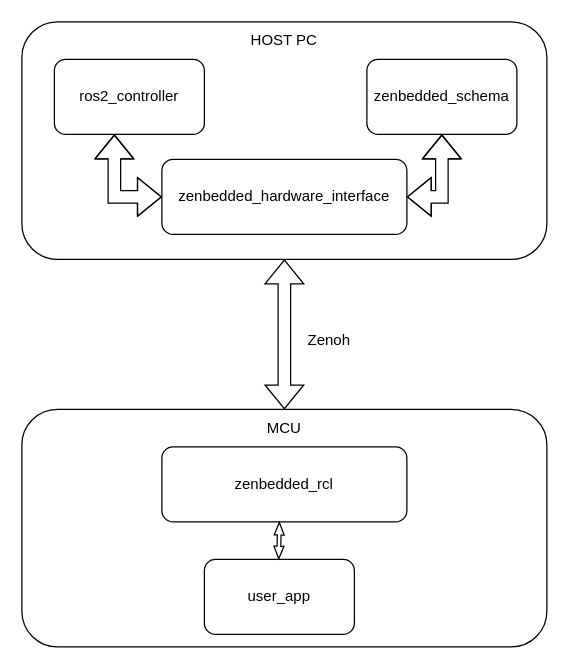
Before: doc/images/nocdr_architecture.drawio in ros-controls/zephyr-zenoh-integration, a draw.io diagram. Source tidied: cells renumbered, new cells numbered last; positions are measured from the earlier drawing's top-left corner, leaving out a move shared by most shapes. Both pictures are drawn from the tidied source at 125%, with x=0, y=0 at pixel (21, 21).
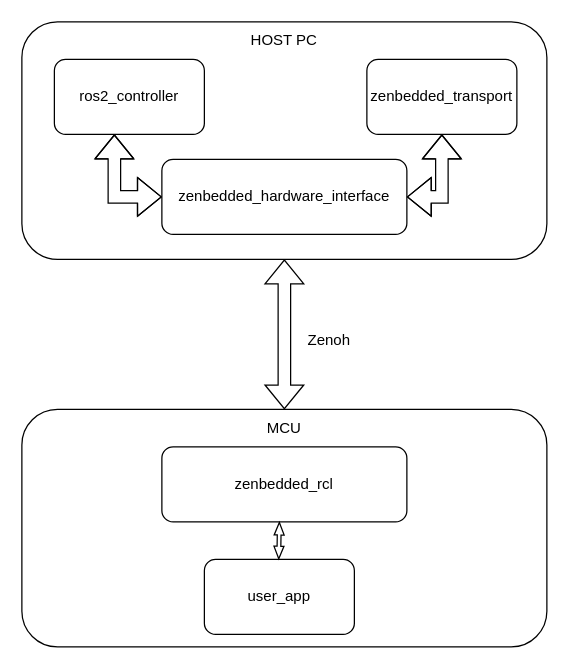
The same diagram, later.

The edit, as a diff of the source:
```diff
@@
 <mxGraphModel>
   <root>
     <mxCell id="0" />
     <mxCell id="1" parent="0" />
     <mxCell id="2" style="rounded=1;whiteSpace=wrap;html=1;" parent="1" vertex="1">
       <mxGeometry width="420" height="190" as="geometry" />
     </mxCell>
     <mxCell id="3" style="rounded=1;whiteSpace=wrap;html=1;" parent="1" vertex="1">
       <mxGeometry y="310" width="420" height="190" as="geometry" />
     </mxCell>
     <mxCell id="4" value="HOST PC" style="text;html=1;whiteSpace=wrap;strokeColor=none;fillColor=none;align=center;verticalAlign=middle;rounded=0;" parent="1" vertex="1">
       <mxGeometry x="130" width="160" height="30" as="geometry" />
     </mxCell>
     <mxCell id="5" value="MCU" style="text;html=1;whiteSpace=wrap;strokeColor=none;fillColor=none;align=center;verticalAlign=middle;rounded=0;" parent="1" vertex="1">
       <mxGeometry x="130" y="310" width="160" height="30" as="geometry" />
     </mxCell>
     <mxCell id="6" value="ros2_controller" style="rounded=1;whiteSpace=wrap;html=1;" parent="1" vertex="1">
       <mxGeometry x="26" y="30" width="120" height="60" as="geometry" />
     </mxCell>
-    <mxCell id="7" value="&lt;div&gt;zenbedded_schema&lt;/div&gt;" style="rounded=1;whiteSpace=wrap;html=1;" parent="1" vertex="1">
+    <mxCell id="7" value="&lt;div&gt;zenbedded_transport&lt;/div&gt;" style="rounded=1;whiteSpace=wrap;html=1;" parent="1" vertex="1">
       <mxGeometry x="276" y="30" width="120" height="60" as="geometry" />
     </mxCell>
     <mxCell id="8" value="zenbedded_hardware_interface" style="rounded=1;whiteSpace=wrap;html=1;" parent="1" vertex="1">
       <mxGeometry x="112" y="110" width="196" height="60" as="geometry" />
     </mxCell>
     <mxCell id="9" style="shape=flexArrow;endArrow=classic;startArrow=classic;html=1;rounded=0;entryX=0.5;entryY=1;entryDx=0;entryDy=0;exitX=1;exitY=0.5;exitDx=0;exitDy=0;" parent="1" edge="1" source="8" target="7">
       <mxGeometry relative="1" as="geometry">
         <Array as="points">
           <mxPoint x="336" y="140" />
         </Array>
       </mxGeometry>
     </mxCell>
     <mxCell id="10" style="shape=flexArrow;endArrow=classic;startArrow=classic;html=1;rounded=0;entryX=0.5;entryY=1;entryDx=0;entryDy=0;exitX=0;exitY=0.5;exitDx=0;exitDy=0;" parent="1" edge="1" source="8">
       <mxGeometry relative="1" as="geometry">
         <mxPoint x="74" y="90" as="targetPoint" />
         <Array as="points">
           <mxPoint x="74" y="140" />
         </Array>
       </mxGeometry>
     </mxCell>
     <mxCell id="11" value="zenbedded_rcl" style="rounded=1;whiteSpace=wrap;html=1;" parent="1" vertex="1">
       <mxGeometry x="112" y="340" width="196" height="60" as="geometry" />
     </mxCell>
     <mxCell id="12" value="user_app" style="rounded=1;whiteSpace=wrap;html=1;" parent="1" vertex="1">
       <mxGeometry x="146" y="430" width="120" height="60" as="geometry" />
     </mxCell>
     <mxCell id="13" style="shape=flexArrow;endArrow=classic;startArrow=classic;html=1;rounded=0;entryX=0.5;entryY=1;entryDx=0;entryDy=0;exitX=0.5;exitY=0;exitDx=0;exitDy=0;" parent="1" edge="1" source="5" target="2">
       <mxGeometry relative="1" as="geometry" />
     </mxCell>
     <mxCell id="14" value="Zenoh" style="text;html=1;whiteSpace=wrap;strokeColor=none;fillColor=none;align=center;verticalAlign=middle;rounded=0;" parent="1" vertex="1">
       <mxGeometry x="216" y="240" width="60" height="30" as="geometry" />
     </mxCell>
     <mxCell id="15" style="shape=flexArrow;endArrow=classic;startArrow=classic;html=1;rounded=0;exitX=0.5;exitY=0;exitDx=0;exitDy=0;width=3;startSize=3;endSize=3;endWidth=4;startWidth=4;" parent="1" edge="1">
       <mxGeometry relative="1" as="geometry">
         <mxPoint x="205.5" y="430" as="sourcePoint" />
         <mxPoint x="206" y="400" as="targetPoint" />
       </mxGeometry>
     </mxCell>
   </root>
 </mxGraphModel>
```
